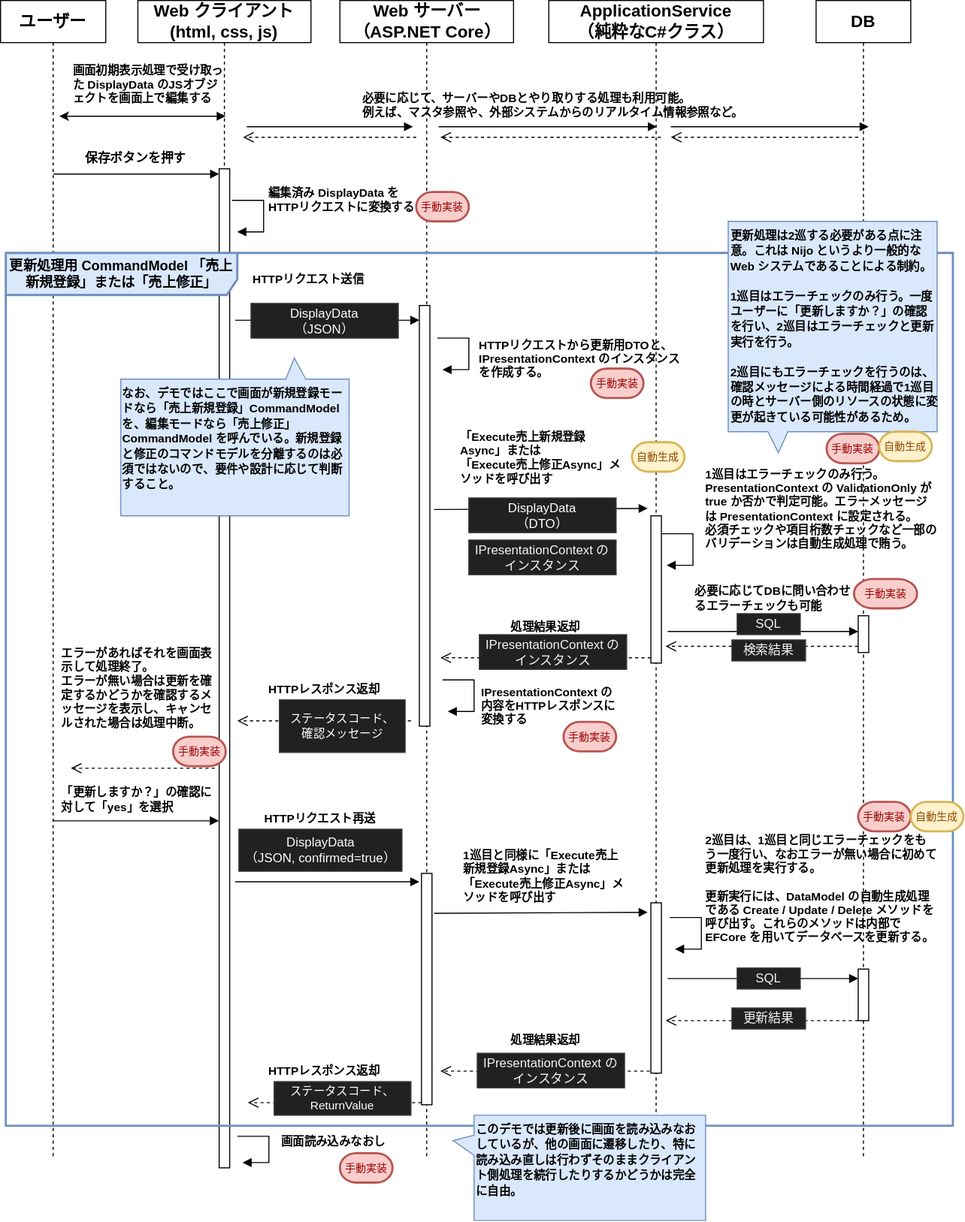
The draw.io diagram Document/static/img/architecture-runtime-sequence-2.drawio.svg in halllky/NijoAppScaffold, before a commit. Source tidied: cells renumbered, new cells last; positions are measured from the earlier drawing's top-left corner, leaving out a move shared by most shapes.
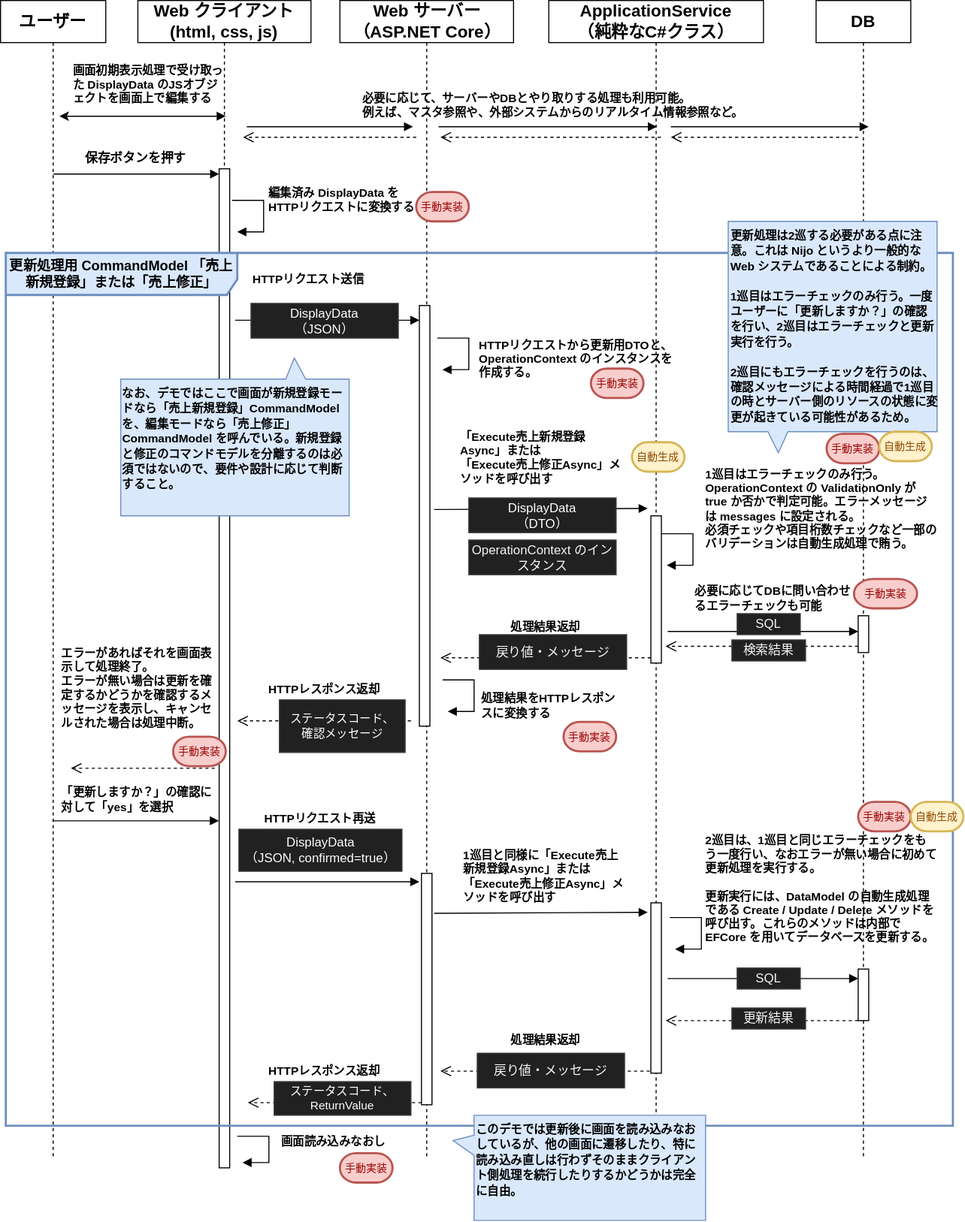
After the commit.

Commit message:
旧名称 PresentationContext の残りを現在の名前に改める

What changed in the source:
```diff
@@ -59,7 +59,7 @@
         <mxPoint x="398" y="304" as="targetPoint" />
       </mxGeometry>
     </mxCell>
-    <mxCell id="18" value="HTTPリクエストから更新用DTOと、&lt;br&gt;IPresentationContext のインスタンスを作成する。" style="text;html=1;align=left;verticalAlign=middle;whiteSpace=wrap;rounded=0;fontStyle=1;fontSize=11;" parent="1" vertex="1">
+    <mxCell id="18" value="HTTPリクエストから更新用DTOと、&lt;br&gt;OperationContext のインスタンスを作成する。" style="text;html=1;align=left;verticalAlign=middle;whiteSpace=wrap;rounded=0;fontStyle=1;fontSize=11;" parent="1" vertex="1">
       <mxGeometry x="453" y="321" width="193" height="40" as="geometry" />
     </mxCell>
     <mxCell id="19" style="html=1;verticalAlign=bottom;endArrow=block;curved=0;rounded=0;fontSize=14;" parent="1" edge="1">
@@ -77,10 +77,10 @@
     <mxCell id="22" value="&lt;font color=&quot;#ffffff&quot;&gt;DisplayData&lt;/font&gt;&lt;div&gt;&lt;font color=&quot;#ffffff&quot;&gt;（DTO）&lt;/font&gt;&lt;/div&gt;" style="rounded=0;whiteSpace=wrap;html=1;fillColor=light-dark(#212121, #202020);strokeColor=#36393d;fontColor=#F5F5F5;" parent="1" vertex="1">
       <mxGeometry x="445" y="473" width="140" height="33" as="geometry" />
     </mxCell>
-    <mxCell id="23" value="IPresentationContext のインスタンス" style="rounded=0;whiteSpace=wrap;html=1;fillColor=light-dark(#212121, #202020);strokeColor=#36393d;fontColor=#F5F5F5;" parent="1" vertex="1">
+    <mxCell id="23" value="OperationContext のインスタンス" style="rounded=0;whiteSpace=wrap;html=1;fillColor=light-dark(#212121, #202020);strokeColor=#36393d;fontColor=#F5F5F5;" parent="1" vertex="1">
       <mxGeometry x="445" y="513" width="140" height="33" as="geometry" />
     </mxCell>
-    <mxCell id="24" value="1巡目はエラーチェックのみ行う。PresentationContext の ValidationOnly が true か否かで判定可能。エラーメッセージは PresentationContext に設定される。&lt;br&gt;必須チェックや項目桁数チェックなど一部のバリデーションは自動生成処理で賄う。" style="text;html=1;align=left;verticalAlign=middle;whiteSpace=wrap;rounded=0;fontStyle=1;fontSize=11;" parent="1" vertex="1">
+    <mxCell id="24" value="1巡目はエラーチェックのみ行う。OperationContext の ValidationOnly が true か否かで判定可能。エラーメッセージは messages に設定される。&lt;br&gt;必須チェックや項目桁数チェックなど一部のバリデーションは自動生成処理で賄う。" style="text;html=1;align=left;verticalAlign=middle;whiteSpace=wrap;rounded=0;fontStyle=1;fontSize=11;" parent="1" vertex="1">
       <mxGeometry x="668" y="440" width="222" height="88.5" as="geometry" />
     </mxCell>
     <mxCell id="25" value="手動実装" style="shape=mxgraph.flowchart.terminator;whiteSpace=wrap;html=1;fontSize=10;fillColor=#f8cecc;strokeColor=#b85450;strokeWidth=2;fontColor=#990000;" parent="1" vertex="1">
@@ -92,7 +92,7 @@
         <mxPoint x="418" y="625" as="targetPoint" />
       </mxGeometry>
     </mxCell>
-    <mxCell id="27" value="IPresentationContext のインスタンス" style="rounded=0;whiteSpace=wrap;html=1;fillColor=light-dark(#212121, #202020);strokeColor=#36393d;fontColor=#F5F5F5;" parent="1" vertex="1">
+    <mxCell id="27" value="戻り値・メッセージ" style="rounded=0;whiteSpace=wrap;html=1;fillColor=light-dark(#212121, #202020);strokeColor=#36393d;fontColor=#F5F5F5;" parent="1" vertex="1">
       <mxGeometry x="455" y="603" width="140" height="33" as="geometry" />
     </mxCell>
     <mxCell id="28" value="処理結果返却" style="text;html=1;align=left;verticalAlign=middle;whiteSpace=wrap;rounded=0;fontStyle=1;fontSize=11;" parent="1" vertex="1">
@@ -107,7 +107,7 @@
         </Array>
       </mxGeometry>
     </mxCell>
-    <mxCell id="30" value="IPresentationContext の内容をHTTPレスポンスに変換する" style="text;html=1;align=left;verticalAlign=middle;whiteSpace=wrap;rounded=0;fontStyle=1;fontSize=11;" parent="1" vertex="1">
+    <mxCell id="30" value="処理結果をHTTPレスポンスに変換する" style="text;html=1;align=left;verticalAlign=middle;whiteSpace=wrap;rounded=0;fontStyle=1;fontSize=11;" parent="1" vertex="1">
       <mxGeometry x="455" y="646" width="130" height="50" as="geometry" />
     </mxCell>
     <mxCell id="31" value="手動実装" style="shape=mxgraph.flowchart.terminator;whiteSpace=wrap;html=1;fontSize=10;fillColor=#f8cecc;strokeColor=#b85450;strokeWidth=2;fontColor=#990000;" parent="1" vertex="1">
@@ -170,7 +170,7 @@
         <mxPoint x="418" y="1018" as="targetPoint" />
       </mxGeometry>
     </mxCell>
-    <mxCell id="45" value="IPresentationContext のインスタンス" style="rounded=0;whiteSpace=wrap;html=1;fillColor=light-dark(#212121, #202020);strokeColor=#36393d;fontColor=#F5F5F5;" parent="1" vertex="1">
+    <mxCell id="45" value="戻り値・メッセージ" style="rounded=0;whiteSpace=wrap;html=1;fillColor=light-dark(#212121, #202020);strokeColor=#36393d;fontColor=#F5F5F5;" parent="1" vertex="1">
       <mxGeometry x="453" y="1001" width="140" height="33" as="geometry" />
     </mxCell>
     <mxCell id="46" style="html=1;verticalAlign=bottom;endArrow=open;dashed=1;endSize=8;curved=0;rounded=0;fontSize=14;" parent="1" edge="1">
```
